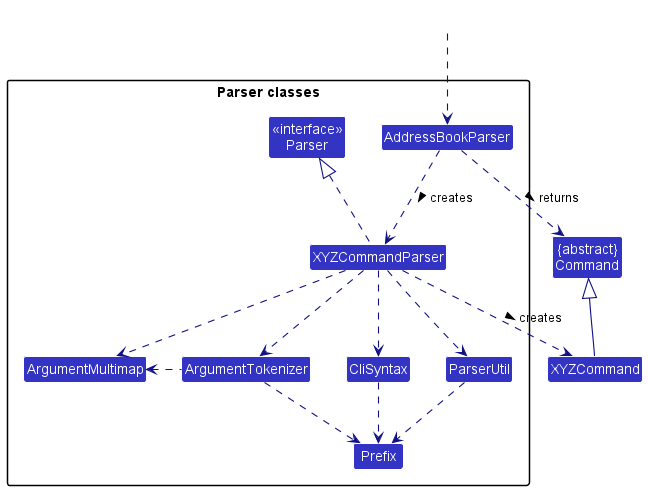
This is docs/diagrams/ParserClasses.png from nus-cs2103-AY2223S2/tp, a PlantUML export, as it was before one commit.
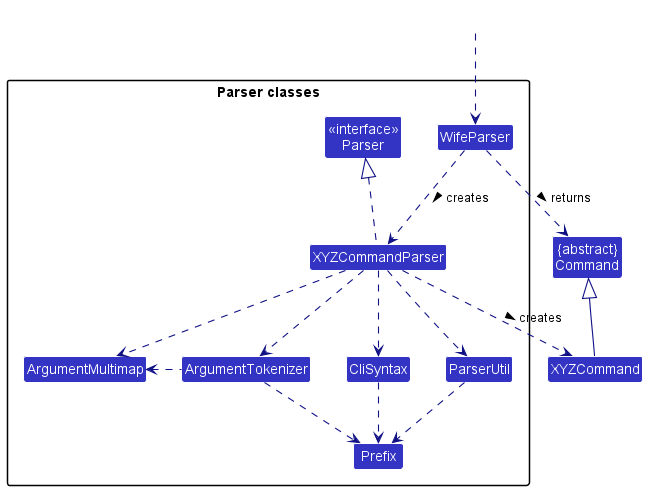
After the commit.

Change to the diagram source:
```diff
@@ -9,7 +9,7 @@
 
 package "Parser classes"{
 Class "<<interface>>\nParser" as Parser
-Class AddressBookParser
+Class WifeParser
 Class XYZCommandParser
 Class CliSyntax
 Class ParserUtil
@@ -19,12 +19,12 @@
 }
 
 Class HiddenOutside #FFFFFF
-HiddenOutside ..> AddressBookParser
+HiddenOutside ..> WifeParser
 
-AddressBookParser .down.> XYZCommandParser: creates >
+WifeParser .down.> XYZCommandParser: creates >
 
 XYZCommandParser ..> XYZCommand : creates >
-AddressBookParser ..> Command : returns >
+WifeParser ..> Command : returns >
 XYZCommandParser .up.|> Parser
 XYZCommandParser ..> ArgumentMultimap
 XYZCommandParser ..> ArgumentTokenizer
```
